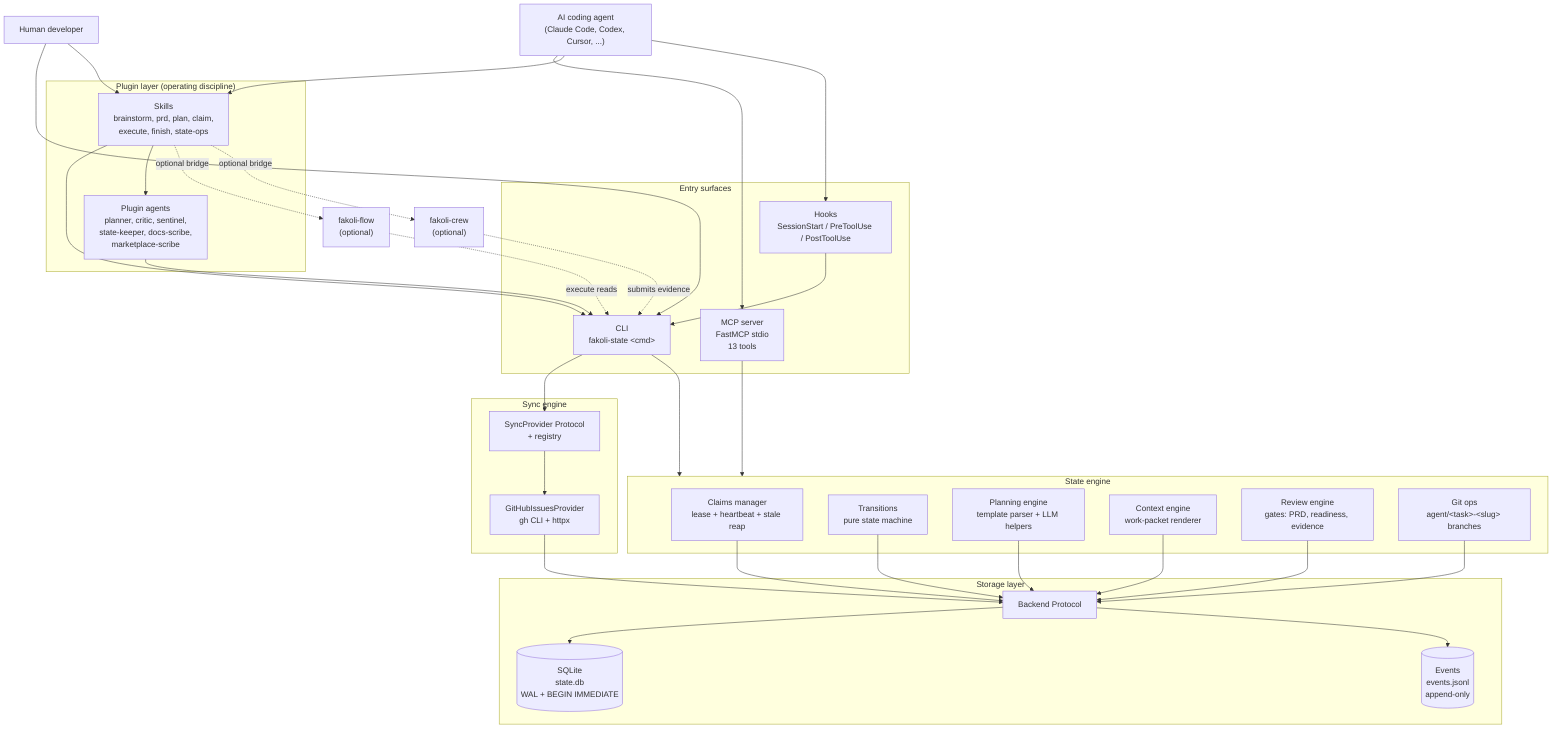
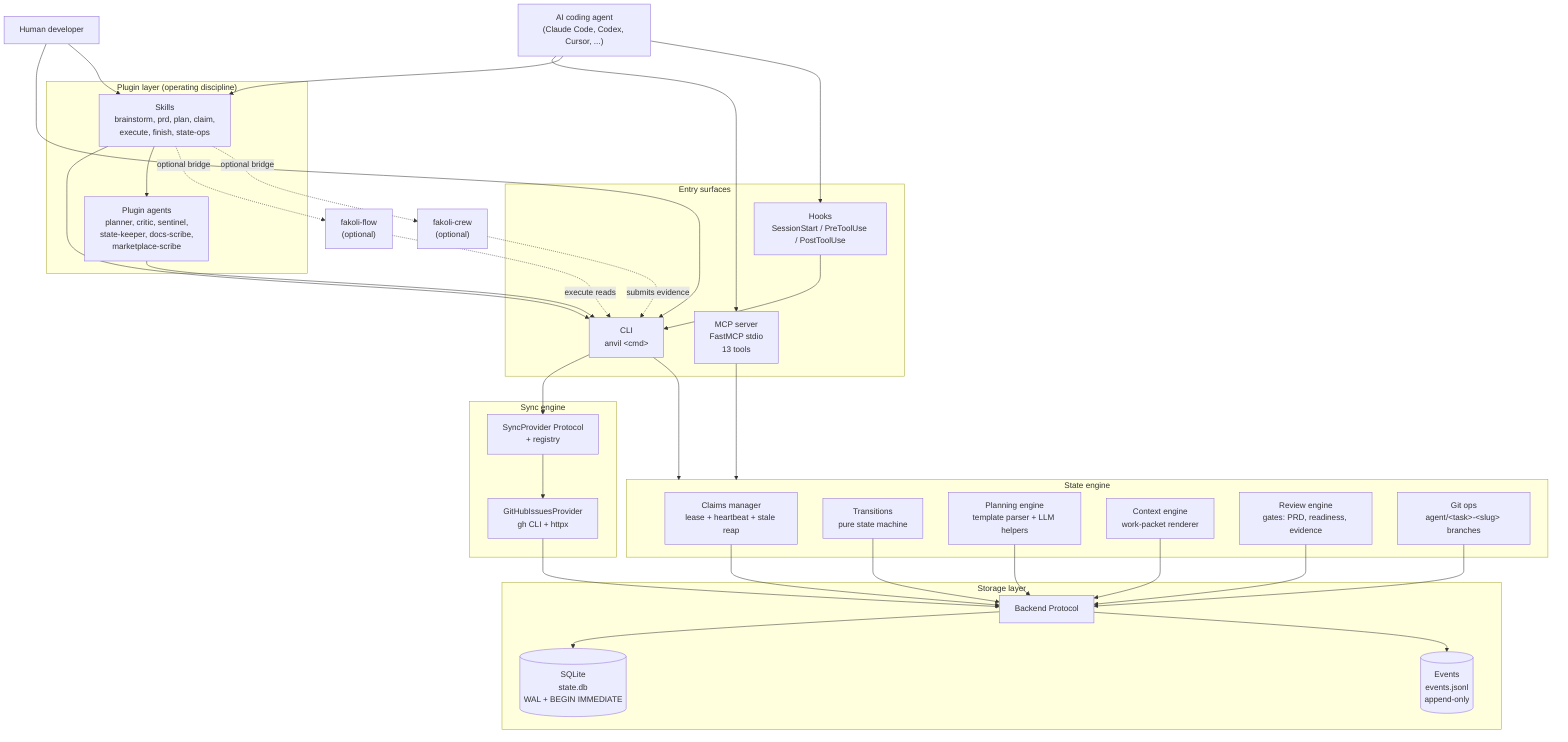
graph TD
    User["Human developer"]
    Agent["AI coding agent<br/>(Claude Code, Codex, Cursor, ...)"]

    subgraph Entry["Entry surfaces"]
-         CLI["CLI<br/>fakoli-state &lt;cmd&gt;"]
+         CLI["CLI<br/>anvil &lt;cmd&gt;"]
        MCP["MCP server<br/>FastMCP stdio<br/>13 tools"]
        Hooks["Hooks<br/>SessionStart / PreToolUse / PostToolUse"]
    end

    subgraph Plugin["Plugin layer (operating discipline)"]
        Skills["Skills<br/>brainstorm, prd, plan, claim,<br/>execute, finish, state-ops"]
        Agents["Plugin agents<br/>planner, critic, sentinel,<br/>state-keeper, docs-scribe,<br/>marketplace-scribe"]
    end

    subgraph Engine["State engine"]
        Claims["Claims manager<br/>lease + heartbeat + stale reap"]
        Transitions["Transitions<br/>pure state machine"]
        Planning["Planning engine<br/>template parser + LLM helpers"]
        Context["Context engine<br/>work-packet renderer"]
        Review["Review engine<br/>gates: PRD, readiness, evidence"]
        GitOps["Git ops<br/>agent/&lt;task&gt;-&lt;slug&gt; branches"]
    end

    subgraph Storage["Storage layer"]
        Backend["Backend Protocol"]
        SQLite[("SQLite<br/>state.db<br/>WAL + BEGIN IMMEDIATE")]
        Events[("Events<br/>events.jsonl<br/>append-only")]
    end

    subgraph Sync["Sync engine"]
        SyncProto["SyncProvider Protocol<br/>+ registry"]
        GitHub["GitHubIssuesProvider<br/>gh CLI + httpx"]
    end

    Flow["fakoli-flow<br/>(optional)"]
    Crew["fakoli-crew<br/>(optional)"]

    User --> CLI
    User --> Skills
    Agent --> MCP
    Agent --> Skills
    Agent --> Hooks

    CLI --> Engine
    MCP --> Engine
    Hooks --> CLI
    Skills --> CLI
    Skills --> Agents
    Agents --> CLI

    Claims --> Backend
    Transitions --> Backend
    Planning --> Backend
    Context --> Backend
    Review --> Backend
    GitOps --> Backend

    Backend --> SQLite
    Backend --> Events

    CLI --> SyncProto
    SyncProto --> GitHub
    GitHub --> Backend

    Skills -.optional bridge.-> Flow
    Skills -.optional bridge.-> Crew
    Flow -.execute reads.-> CLI
    Crew -.submits evidence.-> CLI
